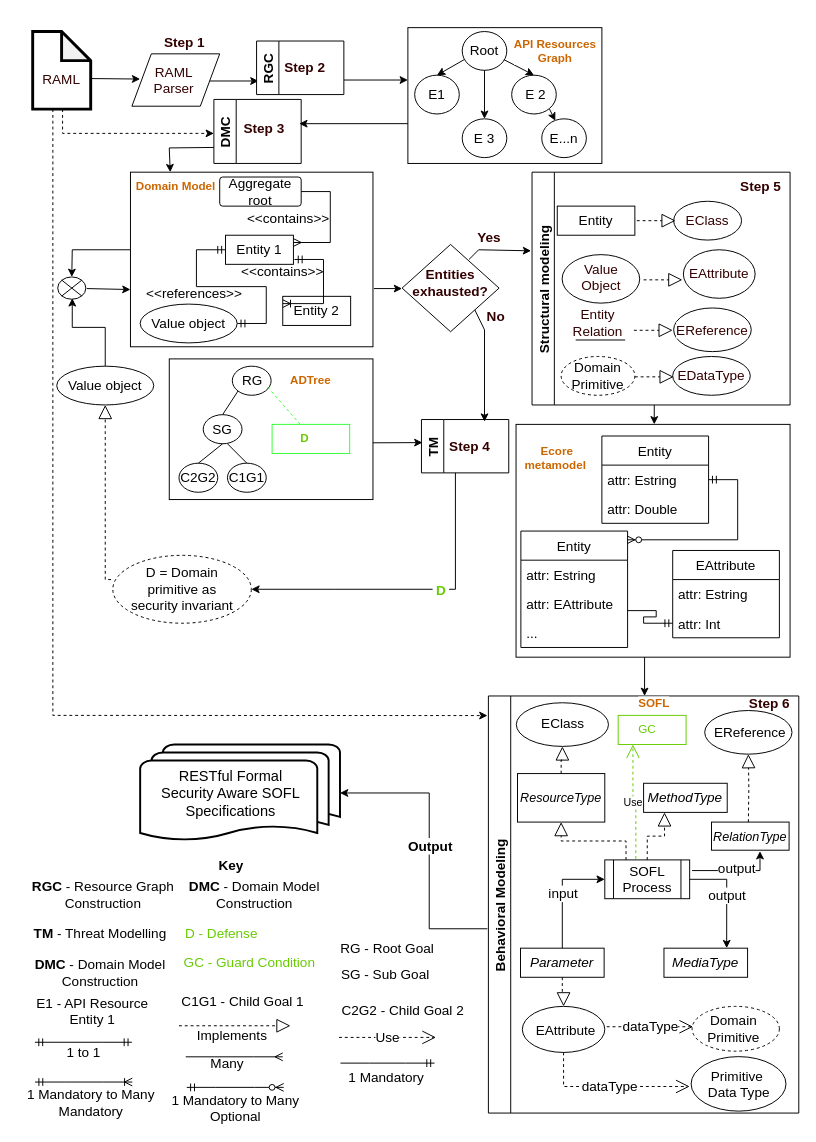
Before: DDD-and-Ecore/proposed-model-2.drawio in Egalaxykenya/IEICE-journal-paper-emeka, a draw.io diagram. Source tidied: cells renumbered, new cells numbered last; positions are measured from the earlier drawing's top-left corner, leaving out a move shared by most shapes. Both pictures are drawn from the tidied source at 97%, with x=0, y=0 at pixel (16, 27).
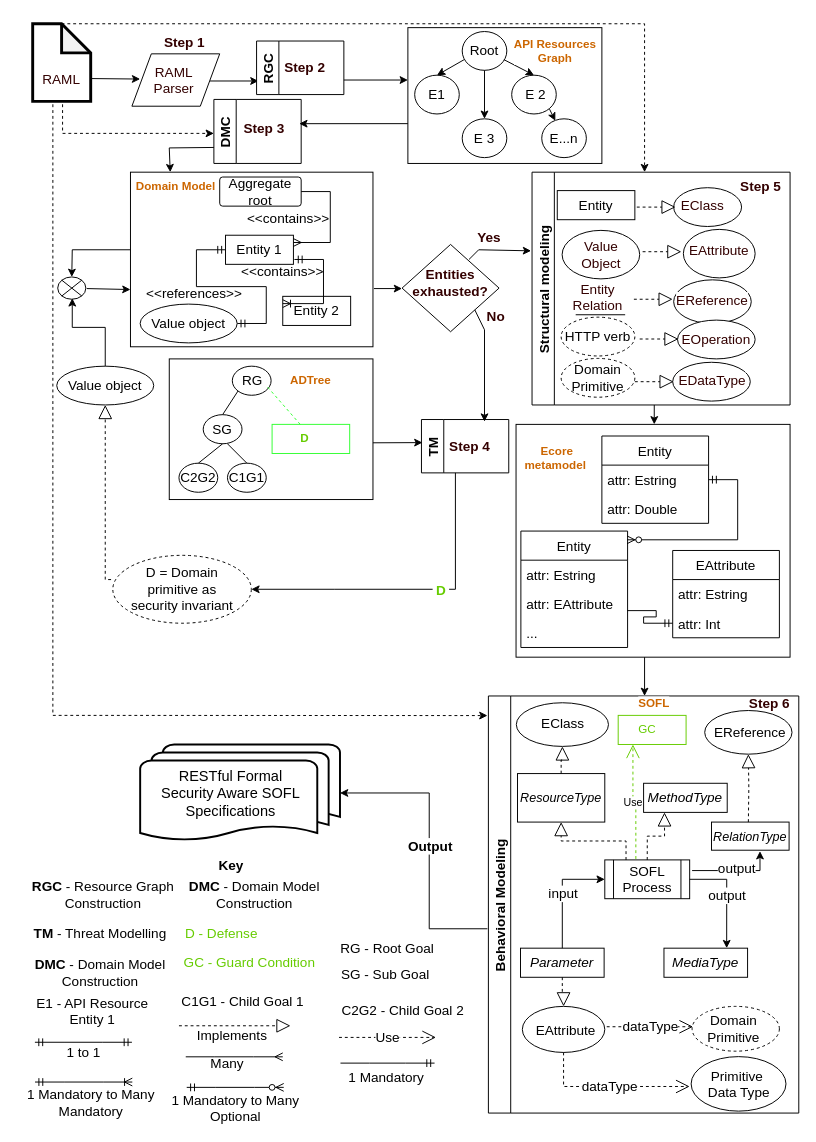
The same page after the edit.

The change refers to these unchanged cells:
```xml
<mxCell id="15" value="Behavioral Modeling" style="swimlane;horizontal=0;rounded=0;labelBackgroundColor=default;fontColor=default;strokeColor=default;fillColor=default;fontSize=14;" parent="1" vertex="1">
  <mxGeometry x="486" y="689" width="320" height="430" as="geometry" />
</mxCell>
<mxCell id="50" value="Structural modeling" style="swimlane;horizontal=0;rounded=0;labelBackgroundColor=default;fontColor=default;strokeColor=default;fillColor=default;fontSize=14;" parent="1" vertex="1">
  <mxGeometry x="531" y="149" width="266" height="240" as="geometry" />
</mxCell>
```

Diff of the diagram source:
```diff
@@
     <mxCell id="4" style="shape=note;whiteSpace=wrap;html=1;backgroundOutline=1;darkOpacity=0.05;fontColor=#CC6600;strokeWidth=3;fillColor=none;" parent="1" vertex="1">
-      <mxGeometry x="16.2" y="4" width="59.8" height="80" as="geometry" />
+      <mxGeometry x="16.2" y="-4" width="59.8" height="80" as="geometry" />
     </mxCell>
@@
     <mxCell id="9" style="ellipse;whiteSpace=wrap;html=1;labelBackgroundColor=default;fontColor=#CC6600;strokeColor=default;fillColor=default;" parent="1" vertex="1">
-      <mxGeometry x="677" y="179" width="70" height="40" as="geometry" />
+      <mxGeometry x="677" y="165" width="70" height="40" as="geometry" />
     </mxCell>
     <mxCell id="10" style="ellipse;whiteSpace=wrap;html=1;labelBackgroundColor=default;fontColor=#CC6600;strokeColor=default;fillColor=default;" parent="1" vertex="1">
-      <mxGeometry x="562" y="234" width="80" height="50" as="geometry" />
+      <mxGeometry x="562" y="209" width="80" height="50" as="geometry" />
     </mxCell>
-    <mxCell id="11" value="EClass" style="text;html=1;strokeColor=none;fillColor=none;align=center;verticalAlign=middle;whiteSpace=wrap;rounded=0;labelBackgroundColor=default;fontColor=#330000;arcSize=50;fontSize=14;" parent="1" vertex="1">
-      <mxGeometry x="682" y="184" width="60" height="30" as="geometry" />
-    </mxCell>
     <mxCell id="12" value="Value Object" style="text;html=1;strokeColor=none;fillColor=none;align=center;verticalAlign=middle;whiteSpace=wrap;rounded=0;labelBackgroundColor=default;fontColor=#330000;arcSize=50;fontSize=14;" parent="1" vertex="1">
-      <mxGeometry x="574.5" y="244" width="55" height="25" as="geometry" />
+      <mxGeometry x="574.5" y="221" width="55" height="25" as="geometry" />
     </mxCell>
     <mxCell id="13" style="ellipse;whiteSpace=wrap;html=1;rounded=0;labelBackgroundColor=default;fontColor=#330000;strokeColor=default;fillColor=default;" parent="1" vertex="1">
-      <mxGeometry x="676" y="339" width="80" height="40" as="geometry" />
+      <mxGeometry x="676" y="345" width="80" height="40" as="geometry" />
     </mxCell>
     <mxCell id="14" value="EDataType" style="text;html=1;strokeColor=none;fillColor=none;align=center;verticalAlign=middle;whiteSpace=wrap;rounded=0;labelBackgroundColor=default;fontColor=#330000;arcSize=50;fontSize=14;" parent="1" vertex="1">
-      <mxGeometry x="686" y="344" width="60" height="30" as="geometry" />
+      <mxGeometry x="687" y="349" width="60" height="30" as="geometry" />
     </mxCell>
@@
     <mxCell id="51" value="Entity" style="whiteSpace=wrap;html=1;align=center;fontSize=14;" parent="50" vertex="1">
-      <mxGeometry x="26" y="35" width="80" height="30" as="geometry" />
+      <mxGeometry x="26" y="19" width="80" height="30" as="geometry" />
     </mxCell>
     <mxCell id="52" value="Domain Primitive" style="ellipse;whiteSpace=wrap;html=1;align=center;dashed=1;fontSize=14;" parent="50" vertex="1">
-      <mxGeometry x="30" y="190" width="76" height="40" as="geometry" />
+      <mxGeometry x="30" y="192" width="76" height="40" as="geometry" />
     </mxCell>
     <mxCell id="53" value="Entity&lt;br style=&quot;font-size: 14px;&quot;&gt;Relation" style="text;html=1;strokeColor=none;fillColor=none;align=center;verticalAlign=middle;whiteSpace=wrap;rounded=0;labelBackgroundColor=default;fontColor=#330000;arcSize=50;fontSize=14;" parent="50" vertex="1">
-      <mxGeometry x="38" y="140" width="60" height="30" as="geometry" />
+      <mxGeometry x="38" y="114" width="60" height="30" as="geometry" />
     </mxCell>
     <mxCell id="54" style="ellipse;whiteSpace=wrap;html=1;labelBackgroundColor=default;fontColor=#CC6600;strokeColor=default;fillColor=default;" parent="50" vertex="1">
-      <mxGeometry x="146" y="140" width="80" height="45" as="geometry" />
+      <mxGeometry x="146" y="111" width="80" height="45" as="geometry" />
     </mxCell>
     <mxCell id="55" value="EReference" style="text;html=1;strokeColor=none;fillColor=none;align=center;verticalAlign=middle;whiteSpace=wrap;rounded=0;labelBackgroundColor=default;fontColor=#330000;arcSize=50;fontSize=14;" parent="50" vertex="1">
-      <mxGeometry x="156" y="147.5" width="60" height="30" as="geometry" />
+      <mxGeometry x="156" y="116.5" width="60" height="30" as="geometry" />
     </mxCell>
     <mxCell id="56" style="ellipse;whiteSpace=wrap;html=1;labelBackgroundColor=default;fontColor=#CC6600;strokeColor=default;fillColor=default;" parent="50" vertex="1">
-      <mxGeometry x="156" y="80" width="74" height="50" as="geometry" />
+      <mxGeometry x="156" y="59" width="74" height="50" as="geometry" />
     </mxCell>
     <mxCell id="57" value="EAttribute" style="text;html=1;strokeColor=none;fillColor=none;align=center;verticalAlign=middle;whiteSpace=wrap;rounded=0;labelBackgroundColor=default;fontColor=#330000;arcSize=50;fontSize=14;" parent="50" vertex="1">
-      <mxGeometry x="163" y="90" width="60" height="30" as="geometry" />
+      <mxGeometry x="163" y="66" width="60" height="30" as="geometry" />
     </mxCell>
@@
+    <mxCell id="11" value="EClass" style="text;html=1;strokeColor=none;fillColor=none;align=center;verticalAlign=middle;whiteSpace=wrap;rounded=0;labelBackgroundColor=default;fontColor=#330000;arcSize=50;fontSize=14;" parent="50" vertex="1">
+      <mxGeometry x="146" y="19" width="60" height="30" as="geometry" />
+    </mxCell>
+    <mxCell id="185" value="HTTP verb" style="ellipse;whiteSpace=wrap;html=1;align=center;dashed=1;fontSize=14;" parent="50" vertex="1">
+      <mxGeometry x="30" y="149.5" width="76" height="40" as="geometry" />
+    </mxCell>
+    <mxCell id="186" style="ellipse;whiteSpace=wrap;html=1;rounded=0;labelBackgroundColor=default;fontColor=#330000;strokeColor=default;fillColor=default;" parent="50" vertex="1">
+      <mxGeometry x="150" y="152.5" width="80" height="40" as="geometry" />
+    </mxCell>
+    <mxCell id="187" value="EOperation" style="text;html=1;strokeColor=none;fillColor=none;align=center;verticalAlign=middle;whiteSpace=wrap;rounded=0;labelBackgroundColor=default;fontColor=#330000;arcSize=50;fontSize=14;" parent="50" vertex="1">
+      <mxGeometry x="160" y="157.5" width="60" height="30" as="geometry" />
+    </mxCell>
@@
     <mxCell id="76" style="endArrow=block;dashed=1;endFill=0;endSize=12;html=1;rounded=0;edgeStyle=orthogonalEdgeStyle;" parent="1" edge="1">
       <mxGeometry relative="1" as="geometry">
-        <mxPoint x="637" y="360" as="sourcePoint" />
-        <mxPoint x="677" y="360" as="targetPoint" />
+        <mxPoint x="637" y="365" as="sourcePoint" />
+        <mxPoint x="677" y="365" as="targetPoint" />
       </mxGeometry>
     </mxCell>
     <mxCell id="77" style="endArrow=block;dashed=1;endFill=0;endSize=12;html=1;rounded=0;edgeStyle=orthogonalEdgeStyle;" parent="1" edge="1">
       <mxGeometry relative="1" as="geometry">
-        <mxPoint x="636" y="312" as="sourcePoint" />
-        <mxPoint x="676" y="312" as="targetPoint" />
+        <mxPoint x="636" y="280" as="sourcePoint" />
+        <mxPoint x="676" y="280" as="targetPoint" />
       </mxGeometry>
     </mxCell>
     <mxCell id="78" style="endArrow=block;dashed=1;endFill=0;endSize=12;html=1;rounded=0;edgeStyle=orthogonalEdgeStyle;" parent="1" edge="1">
       <mxGeometry relative="1" as="geometry">
-        <mxPoint x="646" y="260" as="sourcePoint" />
-        <mxPoint x="686" y="260" as="targetPoint" />
+        <mxPoint x="645" y="231" as="sourcePoint" />
+        <mxPoint x="685" y="231" as="targetPoint" />
       </mxGeometry>
     </mxCell>
     <mxCell id="79" style="endArrow=block;dashed=1;endFill=0;endSize=12;html=1;rounded=0;edgeStyle=orthogonalEdgeStyle;" parent="1" edge="1">
       <mxGeometry relative="1" as="geometry">
-        <mxPoint x="639" y="199" as="sourcePoint" />
-        <mxPoint x="679" y="199" as="targetPoint" />
+        <mxPoint x="639" y="185" as="sourcePoint" />
+        <mxPoint x="679" y="185" as="targetPoint" />
       </mxGeometry>
     </mxCell>
@@
     <mxCell id="84" style="endArrow=none;html=1;rounded=0;strokeColor=#000000;edgeStyle=orthogonalEdgeStyle;" parent="1" edge="1">
       <mxGeometry relative="1" as="geometry">
-        <mxPoint x="576" y="322" as="sourcePoint" />
-        <mxPoint x="627" y="322" as="targetPoint" />
+        <mxPoint x="576" y="296" as="sourcePoint" />
+        <mxPoint x="627" y="296" as="targetPoint" />
       </mxGeometry>
     </mxCell>
@@
     <mxCell id="120" style="endArrow=classic;html=1;rounded=0;fontSize=14;entryX=0;entryY=0.5;entryDx=0;entryDy=0;dashed=1;" parent="1" edge="1">
       <mxGeometry relative="1" as="geometry">
-        <mxPoint x="47" y="84" as="sourcePoint" />
+        <mxPoint x="47" y="79" as="sourcePoint" />
         <mxPoint x="203" y="109" as="targetPoint" />
         <Array as="points">
           <mxPoint x="47" y="109" />
         </Array>
       </mxGeometry>
     </mxCell>
@@
     <mxCell id="168" style="endArrow=classic;html=1;rounded=0;fontSize=14;entryX=-0.003;entryY=0.047;entryDx=0;entryDy=0;entryPerimeter=0;dashed=1;" parent="1" edge="1" target="15">
       <mxGeometry relative="1" as="geometry">
-        <mxPoint x="37" y="84" as="sourcePoint" />
+        <mxPoint x="37" y="79" as="sourcePoint" />
         <Array as="points">
           <mxPoint x="37" y="709" />
         </Array>
       </mxGeometry>
     </mxCell>
@@
+    <mxCell id="188" style="endArrow=classic;html=1;rounded=0;fontSize=14;dashed=1;exitX=0;exitY=0;exitDx=29.75;exitDy=0;exitPerimeter=0;" parent="1" edge="1" source="4">
+      <mxGeometry relative="1" as="geometry">
+        <mxPoint x="647" y="149" as="targetPoint" />
+        <Array as="points">
+          <mxPoint x="647" y="-4" />
+          <mxPoint x="647" y="19" />
+          <mxPoint x="647" y="44" />
+          <mxPoint x="647" y="149" />
+        </Array>
+      </mxGeometry>
+    </mxCell>
+    <mxCell id="189" style="endArrow=block;dashed=1;endFill=0;endSize=12;html=1;rounded=0;edgeStyle=orthogonalEdgeStyle;" parent="1" edge="1">
+      <mxGeometry relative="1" as="geometry">
+        <mxPoint x="642" y="321" as="sourcePoint" />
+        <mxPoint x="682" y="321" as="targetPoint" />
+      </mxGeometry>
+    </mxCell>
```
